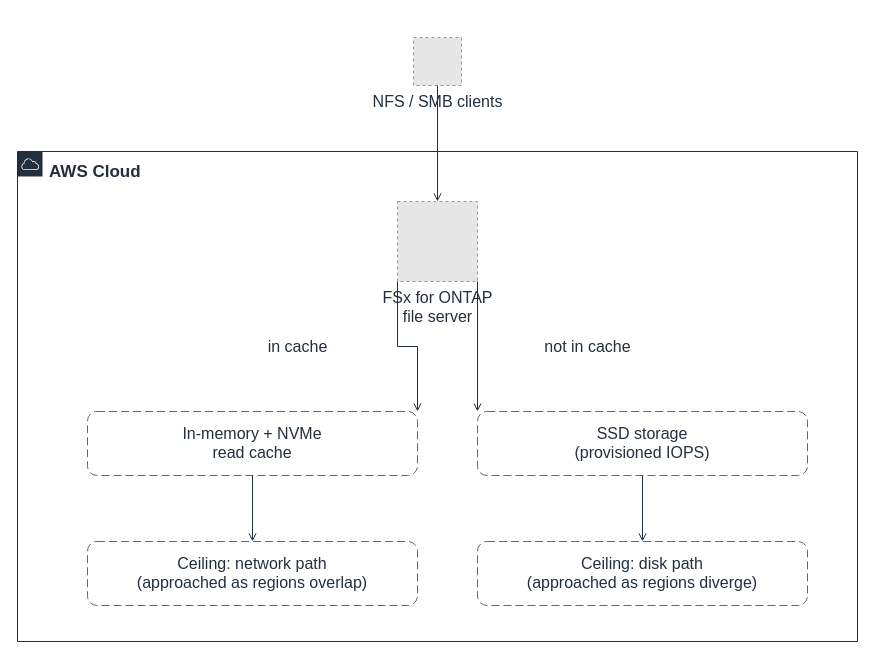
Earlier version of the draw.io diagram docs/_assets/diagrams/s3burst-two-ceilings-en.drawio (Yoshiki0705/S3-Burst-on-ONTAP-Files). Source tidied: cells renumbered, new cells numbered last; positions are measured from the earlier drawing's top-left corner, leaving out a move shared by most shapes. Both pictures are drawn from the tidied source at 100%, with x=0, y=0 at pixel (17, 37). Pictures stored in the file or linked from it are replaced by grey dashed boxes.
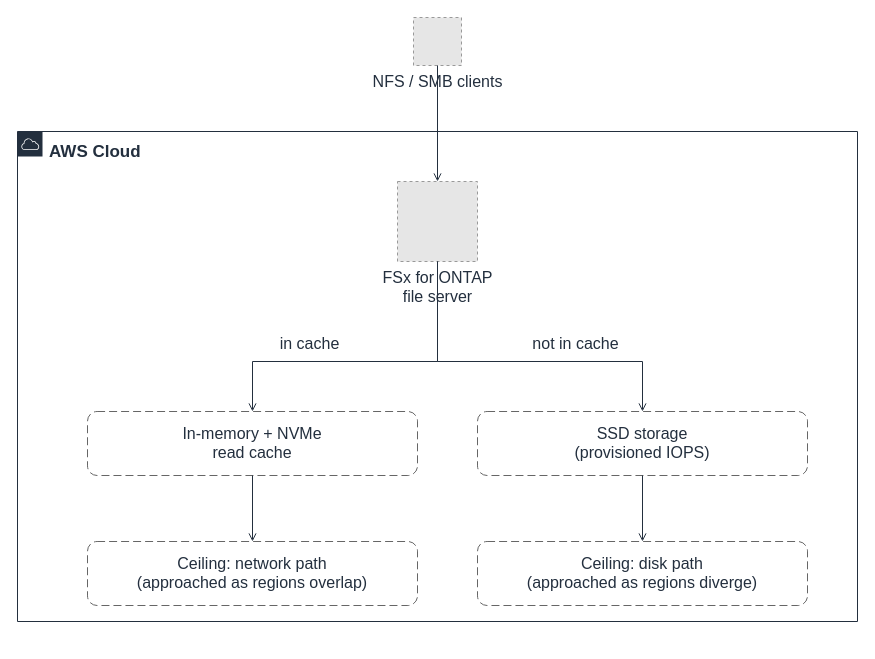
The same page after the edit.

Diff of the diagram source:
```diff
@@
 <mxGraphModel>
   <root>
     <mxCell id="0" />
     <mxCell id="1" parent="0" />
     <mxCell id="2" value="AWS Cloud" style="gradientColor=none;html=1;whiteSpace=wrap;fontSize=17;fontStyle=1;fontColor=#232F3E;shape=mxgraph.aws4.group;grIcon=mxgraph.aws4.group_aws_cloud;strokeColor=#232F3E;fillColor=none;verticalAlign=top;align=left;spacingLeft=30;spacingTop=4;dashed=0;" parent="1" vertex="1">
-      <mxGeometry y="114" width="840" height="490" as="geometry" />
+      <mxGeometry y="94" width="840" height="490" as="geometry" />
     </mxCell>
     <mxCell id="3" value="In-memory + NVMe&#10;read cache" style="rounded=1;whiteSpace=wrap;html=1;dashed=1;dashPattern=8 4;strokeColor=#666666;fillColor=none;fontColor=#232F3E;fontSize=16;verticalAlign=top;align=center;spacingTop=6;" parent="1" vertex="1">
       <mxGeometry x="70" y="374" width="330" height="64" as="geometry" />
     </mxCell>
     <mxCell id="4" value="SSD storage&#10;(provisioned IOPS)" style="rounded=1;whiteSpace=wrap;html=1;dashed=1;dashPattern=8 4;strokeColor=#666666;fillColor=none;fontColor=#232F3E;fontSize=16;verticalAlign=top;align=center;spacingTop=6;" parent="1" vertex="1">
       <mxGeometry x="460" y="374" width="330" height="64" as="geometry" />
     </mxCell>
     <mxCell id="5" value="Ceiling: network path&#10;(approached as regions overlap)" style="rounded=1;whiteSpace=wrap;html=1;dashed=1;dashPattern=8 4;strokeColor=#666666;fillColor=none;fontColor=#232F3E;fontSize=16;verticalAlign=top;align=center;spacingTop=6;" parent="1" vertex="1">
       <mxGeometry x="70" y="504" width="330" height="64" as="geometry" />
     </mxCell>
     <mxCell id="6" value="Ceiling: disk path&#10;(approached as regions diverge)" style="rounded=1;whiteSpace=wrap;html=1;dashed=1;dashPattern=8 4;strokeColor=#666666;fillColor=none;fontColor=#232F3E;fontSize=16;verticalAlign=top;align=center;spacingTop=6;" parent="1" vertex="1">
       <mxGeometry x="460" y="504" width="330" height="64" as="geometry" />
     </mxCell>
     <mxCell id="7" value="NFS / SMB clients" style="fillColor=#E6E6E6;strokeColor=#999999;dashed=1;html=1;verticalLabelPosition=bottom;verticalAlign=top;labelPosition=center;align=center;fontSize=16;fontColor=#232F3E;" parent="1" vertex="1">
-      <mxGeometry x="396" width="48" height="48" as="geometry" />
+      <mxGeometry x="396" y="-20" width="48" height="48" as="geometry" />
     </mxCell>
     <mxCell id="8" value="FSx for ONTAP&#10;file server" style="fillColor=#E6E6E6;strokeColor=#999999;dashed=1;html=1;verticalLabelPosition=bottom;verticalAlign=top;labelPosition=center;align=center;fontSize=16;fontColor=#232F3E;" parent="1" vertex="1">
-      <mxGeometry x="380" y="164" width="80" height="80" as="geometry" />
+      <mxGeometry x="380" y="144" width="80" height="80" as="geometry" />
     </mxCell>
     <mxCell id="9" style="edgeStyle=orthogonalEdgeStyle;rounded=0;html=1;endArrow=open;endFill=0;strokeColor=#232F3E;strokeWidth=1;fontSize=16;fontColor=#232F3E;" parent="1" edge="1" source="7" target="8">
       <mxGeometry relative="1" as="geometry" />
     </mxCell>
-    <mxCell id="10" value="in cache" style="edgeStyle=orthogonalEdgeStyle;rounded=0;html=1;endArrow=open;endFill=0;strokeColor=#232F3E;strokeWidth=1;fontSize=16;fontColor=#232F3E;exitX=0.0;exitY=1.0;exitDx=0;exitDy=0;entryX=1.0;entryY=0.0;entryDx=0;entryDy=0;" parent="1" edge="1" source="8" target="3">
+    <mxCell id="10" value="in cache" style="edgeStyle=orthogonalEdgeStyle;rounded=0;html=1;endArrow=open;endFill=0;strokeColor=#232F3E;strokeWidth=1;fontSize=16;fontColor=#232F3E;exitX=0.5;exitY=1.0;exitDx=0;exitDy=0;entryX=0.5;entryY=0.0;entryDx=0;entryDy=0;" parent="1" edge="1" source="8" target="3">
       <mxGeometry relative="1" as="geometry">
-        <mxPoint x="-110" as="offset" />
+        <Array as="points">
+          <mxPoint x="420" y="324" />
+          <mxPoint x="235" y="324" />
+        </Array>
+        <mxPoint x="-60" y="-18" as="offset" />
       </mxGeometry>
     </mxCell>
-    <mxCell id="11" value="not in cache" style="edgeStyle=orthogonalEdgeStyle;rounded=0;html=1;endArrow=open;endFill=0;strokeColor=#232F3E;strokeWidth=1;fontSize=16;fontColor=#232F3E;exitX=1.0;exitY=1.0;exitDx=0;exitDy=0;entryX=0.0;entryY=0.0;entryDx=0;entryDy=0;" parent="1" edge="1" source="8" target="4">
+    <mxCell id="11" value="not in cache" style="edgeStyle=orthogonalEdgeStyle;rounded=0;html=1;endArrow=open;endFill=0;strokeColor=#232F3E;strokeWidth=1;fontSize=16;fontColor=#232F3E;exitX=0.5;exitY=1.0;exitDx=0;exitDy=0;entryX=0.5;entryY=0.0;entryDx=0;entryDy=0;" parent="1" edge="1" source="8" target="4">
       <mxGeometry relative="1" as="geometry">
-        <mxPoint x="110" as="offset" />
+        <Array as="points">
+          <mxPoint x="420" y="324" />
+          <mxPoint x="625" y="324" />
+        </Array>
+        <mxPoint x="60" y="-18" as="offset" />
       </mxGeometry>
     </mxCell>
     <mxCell id="12" style="edgeStyle=orthogonalEdgeStyle;rounded=0;html=1;endArrow=open;endFill=0;strokeColor=#232F3E;strokeWidth=1;fontSize=16;fontColor=#232F3E;" parent="1" edge="1" source="3" target="5">
       <mxGeometry relative="1" as="geometry" />
     </mxCell>
     <mxCell id="13" style="edgeStyle=orthogonalEdgeStyle;rounded=0;html=1;endArrow=open;endFill=0;strokeColor=#232F3E;strokeWidth=1;fontSize=16;fontColor=#232F3E;" parent="1" edge="1" source="4" target="6">
       <mxGeometry relative="1" as="geometry" />
     </mxCell>
   </root>
 </mxGraphModel>
```
